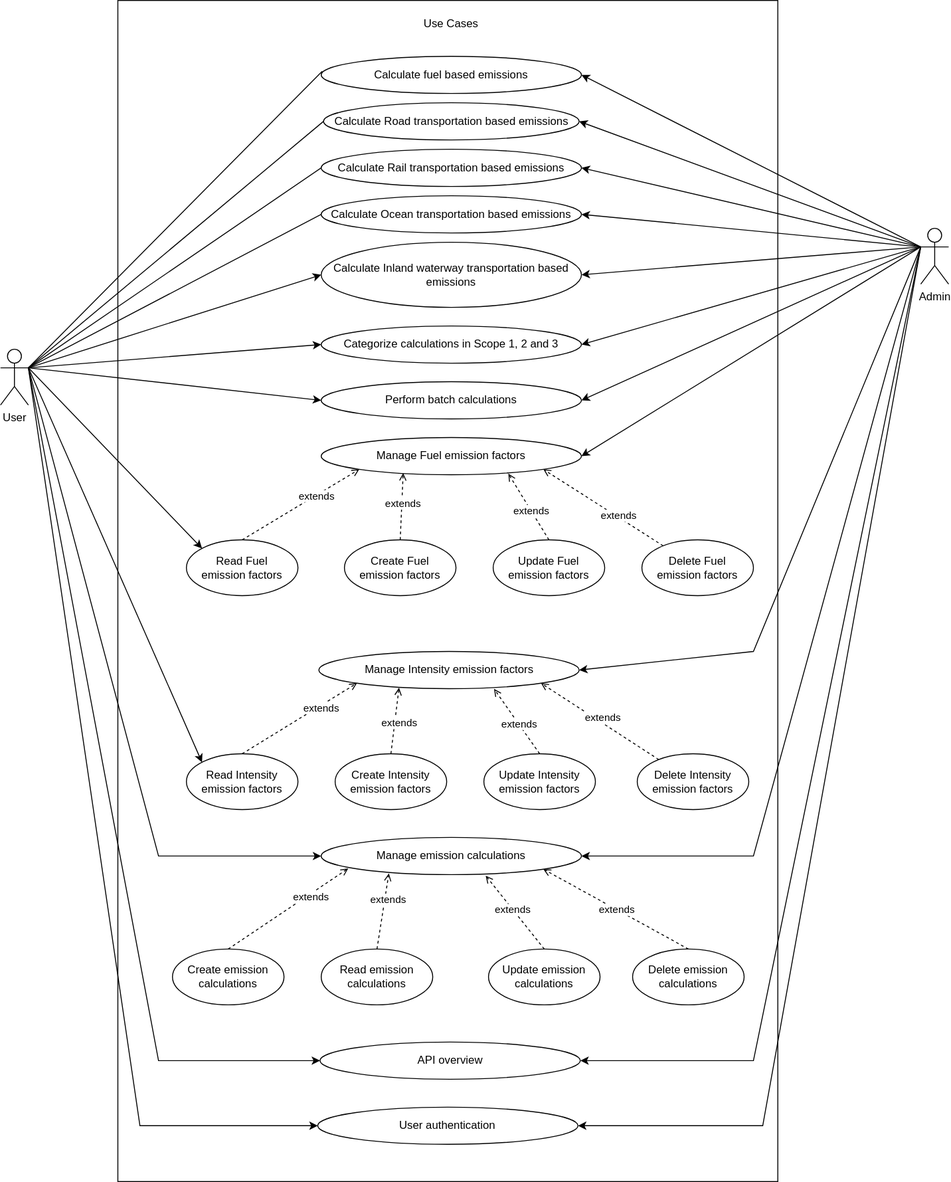
This is documentation/use-case-diagram/UseCaseDiagram.svg from Niklas-Mezynski/fontys-sofa-project-pharox-ghg-emissions-calculation, a draw.io export, as it was before one commit. Source tidied: cells renumbered, new cells last; positions are measured from the earlier drawing's top-left corner, leaving out a move shared by most shapes.
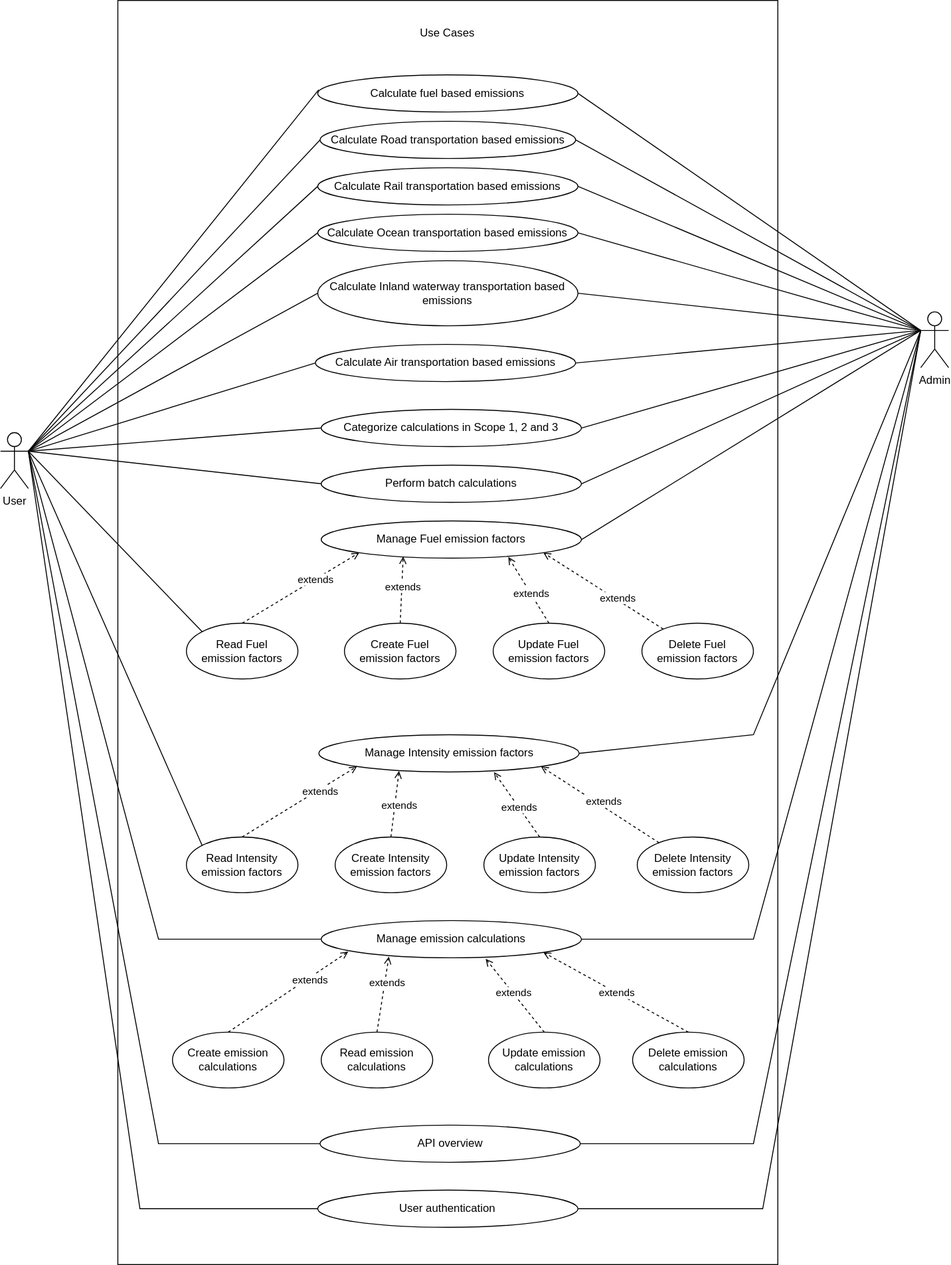
Above is the later version.

Commit message:
Fix errors in diagrams

Diff of the diagram source:
```diff
@@ -3,111 +3,117 @@
     <mxCell id="0" />
     <mxCell id="1" parent="0" />
     <mxCell id="2" style="rounded=0;whiteSpace=wrap;html=1;" parent="1" vertex="1">
-      <mxGeometry x="126.2" width="710" height="1270" as="geometry" />
+      <mxGeometry x="126.2" y="-90" width="710" height="1360" as="geometry" />
     </mxCell>
-    <mxCell id="3" style="rounded=0;jettySize=auto;html=1;exitX=1;exitY=0.3333333333333333;exitDx=0;exitDy=0;exitPerimeter=0;entryX=0;entryY=0.5;entryDx=0;entryDy=0;" parent="1" edge="1" source="11" target="34">
+    <mxCell id="3" style="rounded=0;jettySize=auto;html=1;exitX=1;exitY=0.3333333333333333;exitDx=0;exitDy=0;exitPerimeter=0;entryX=0;entryY=0.5;entryDx=0;entryDy=0;endArrow=none;endFill=0;" parent="1" edge="1" source="11" target="34">
       <mxGeometry relative="1" as="geometry" />
     </mxCell>
-    <mxCell id="4" style="rounded=0;jettySize=auto;html=1;exitX=1;exitY=0.3333333333333333;exitDx=0;exitDy=0;exitPerimeter=0;entryX=0;entryY=0.5;entryDx=0;entryDy=0;" parent="1" edge="1" source="11" target="36">
+    <mxCell id="4" style="rounded=0;jettySize=auto;html=1;exitX=1;exitY=0.3333333333333333;exitDx=0;exitDy=0;exitPerimeter=0;entryX=0;entryY=0.5;entryDx=0;entryDy=0;endArrow=none;endFill=0;" parent="1" edge="1" source="11" target="36">
       <mxGeometry relative="1" as="geometry" />
     </mxCell>
-    <mxCell id="5" style="rounded=0;jettySize=auto;html=1;exitX=1;exitY=0.3333333333333333;exitDx=0;exitDy=0;exitPerimeter=0;entryX=0;entryY=0;entryDx=0;entryDy=0;" parent="1" edge="1" source="11" target="44">
+    <mxCell id="5" style="rounded=0;jettySize=auto;html=1;exitX=1;exitY=0.3333333333333333;exitDx=0;exitDy=0;exitPerimeter=0;entryX=0;entryY=0;entryDx=0;entryDy=0;endArrow=none;endFill=0;" parent="1" edge="1" source="11" target="44">
       <mxGeometry relative="1" as="geometry" />
     </mxCell>
-    <mxCell id="6" style="rounded=0;jettySize=auto;html=1;exitX=1;exitY=0.3333333333333333;exitDx=0;exitDy=0;exitPerimeter=0;entryX=0;entryY=0;entryDx=0;entryDy=0;" parent="1" edge="1" source="11" target="50">
+    <mxCell id="6" style="rounded=0;jettySize=auto;html=1;exitX=1;exitY=0.3333333333333333;exitDx=0;exitDy=0;exitPerimeter=0;entryX=0;entryY=0;entryDx=0;entryDy=0;endArrow=none;endFill=0;" parent="1" edge="1" source="11" target="50">
       <mxGeometry relative="1" as="geometry" />
     </mxCell>
-    <mxCell id="7" style="rounded=0;jettySize=auto;html=1;exitX=1;exitY=0.3333333333333333;exitDx=0;exitDy=0;exitPerimeter=0;entryX=0;entryY=0.5;entryDx=0;entryDy=0;" parent="1" edge="1" source="11" target="39">
+    <mxCell id="7" style="rounded=0;jettySize=auto;html=1;exitX=1;exitY=0.3333333333333333;exitDx=0;exitDy=0;exitPerimeter=0;entryX=0;entryY=0.5;entryDx=0;entryDy=0;endArrow=none;endFill=0;" parent="1" edge="1" source="11" target="39">
       <mxGeometry relative="1" as="geometry">
         <Array as="points">
           <mxPoint x="170" y="920" />
         </Array>
       </mxGeometry>
     </mxCell>
-    <mxCell id="8" style="rounded=0;jettySize=auto;html=1;exitX=1;exitY=0.3333333333333333;exitDx=0;exitDy=0;exitPerimeter=0;entryX=0;entryY=0.5;entryDx=0;entryDy=0;" parent="1" edge="1" source="11" target="33">
+    <mxCell id="8" style="rounded=0;jettySize=auto;html=1;exitX=1;exitY=0.3333333333333333;exitDx=0;exitDy=0;exitPerimeter=0;entryX=0;entryY=0.5;entryDx=0;entryDy=0;endArrow=none;endFill=0;" parent="1" edge="1" source="11" target="33">
       <mxGeometry relative="1" as="geometry" />
     </mxCell>
-    <mxCell id="9" style="rounded=0;jettySize=auto;html=1;exitX=1;exitY=0.3333333333333333;exitDx=0;exitDy=0;exitPerimeter=0;entryX=0;entryY=0.5;entryDx=0;entryDy=0;" parent="1" edge="1" source="11" target="35">
+    <mxCell id="9" style="rounded=0;jettySize=auto;html=1;exitX=1;exitY=0.3333333333333333;exitDx=0;exitDy=0;exitPerimeter=0;entryX=0;entryY=0.5;entryDx=0;entryDy=0;endArrow=none;endFill=0;" parent="1" edge="1" source="11" target="35">
       <mxGeometry relative="1" as="geometry">
         <Array as="points">
           <mxPoint x="170" y="1140" />
         </Array>
       </mxGeometry>
     </mxCell>
-    <mxCell id="10" style="rounded=0;jettySize=auto;html=1;exitX=1;exitY=0.3333333333333333;exitDx=0;exitDy=0;exitPerimeter=0;entryX=0;entryY=0.5;entryDx=0;entryDy=0;" parent="1" edge="1" source="11" target="40">
+    <mxCell id="10" style="rounded=0;jettySize=auto;html=1;exitX=1;exitY=0.3333333333333333;exitDx=0;exitDy=0;exitPerimeter=0;entryX=0;entryY=0.5;entryDx=0;entryDy=0;endArrow=none;endFill=0;" parent="1" edge="1" source="11" target="40">
       <mxGeometry relative="1" as="geometry">
         <Array as="points">
           <mxPoint x="150" y="1210" />
         </Array>
       </mxGeometry>
     </mxCell>
+    <mxCell id="82" style="rounded=0;jettySize=auto;html=1;exitX=1;exitY=0.3333333333333333;exitDx=0;exitDy=0;exitPerimeter=0;entryX=0;entryY=0.5;entryDx=0;entryDy=0;endArrow=none;endFill=0;" parent="1" edge="1" source="11" target="84">
+      <mxGeometry relative="1" as="geometry" />
+    </mxCell>
     <mxCell id="11" value="User" style="shape=umlActor;verticalLabelPosition=bottom;verticalAlign=top;html=1;outlineConnect=0;" parent="1" vertex="1">
       <mxGeometry y="375" width="30" height="60" as="geometry" />
     </mxCell>
     <mxCell id="12" value="Calculate fuel based emissions" style="ellipse;whiteSpace=wrap;html=1;" parent="1" vertex="1">
-      <mxGeometry x="345" y="60" width="280" height="40" as="geometry" />
+      <mxGeometry x="341.2" y="-10" width="280" height="40" as="geometry" />
     </mxCell>
     <mxCell id="13" value="Calculate Road transportation based emissions" style="ellipse;whiteSpace=wrap;html=1;" parent="1" vertex="1">
-      <mxGeometry x="347.5" y="110" width="275" height="40" as="geometry" />
+      <mxGeometry x="343.8" y="40" width="275" height="40" as="geometry" />
     </mxCell>
     <mxCell id="14" value="Calculate Rail transportation based emissions" style="ellipse;whiteSpace=wrap;html=1;" parent="1" vertex="1">
-      <mxGeometry x="345" y="160" width="280" height="40" as="geometry" />
+      <mxGeometry x="341.2" y="90" width="280" height="40" as="geometry" />
     </mxCell>
     <mxCell id="15" value="Use Cases" style="text;html=1;strokeColor=none;fillColor=none;align=center;verticalAlign=middle;whiteSpace=wrap;rounded=0;" parent="1" vertex="1">
-      <mxGeometry x="440" y="10" width="90" height="30" as="geometry" />
+      <mxGeometry x="436.2" y="-70" width="90" height="30" as="geometry" />
     </mxCell>
-    <mxCell id="16" style="rounded=0;jettySize=auto;html=1;exitX=0;exitY=0.3333333333333333;exitDx=0;exitDy=0;exitPerimeter=0;entryX=1;entryY=0.5;entryDx=0;entryDy=0;" parent="1" edge="1" source="28" target="12">
+    <mxCell id="16" style="rounded=0;jettySize=auto;html=1;exitX=0;exitY=0.3333333333333333;exitDx=0;exitDy=0;exitPerimeter=0;entryX=1;entryY=0.5;entryDx=0;entryDy=0;endArrow=none;endFill=0;" parent="1" edge="1" source="28" target="12">
       <mxGeometry relative="1" as="geometry" />
     </mxCell>
-    <mxCell id="17" style="rounded=0;jettySize=auto;html=1;exitX=0;exitY=0.3333333333333333;exitDx=0;exitDy=0;exitPerimeter=0;entryX=1;entryY=0.5;entryDx=0;entryDy=0;" parent="1" edge="1" source="28" target="13">
+    <mxCell id="17" style="rounded=0;jettySize=auto;html=1;exitX=0;exitY=0.3333333333333333;exitDx=0;exitDy=0;exitPerimeter=0;entryX=1;entryY=0.5;entryDx=0;entryDy=0;endArrow=none;endFill=0;" parent="1" edge="1" source="28" target="13">
       <mxGeometry relative="1" as="geometry" />
     </mxCell>
-    <mxCell id="18" style="rounded=0;jettySize=auto;html=1;exitX=0;exitY=0.3333333333333333;exitDx=0;exitDy=0;exitPerimeter=0;entryX=1;entryY=0.5;entryDx=0;entryDy=0;" parent="1" edge="1" source="28" target="14">
+    <mxCell id="18" style="rounded=0;jettySize=auto;html=1;exitX=0;exitY=0.3333333333333333;exitDx=0;exitDy=0;exitPerimeter=0;entryX=1;entryY=0.5;entryDx=0;entryDy=0;endArrow=none;endFill=0;" parent="1" edge="1" source="28" target="14">
       <mxGeometry relative="1" as="geometry" />
     </mxCell>
-    <mxCell id="19" style="rounded=0;jettySize=auto;html=1;exitX=0;exitY=0.3333333333333333;exitDx=0;exitDy=0;exitPerimeter=0;entryX=1;entryY=0.5;entryDx=0;entryDy=0;" parent="1" edge="1" source="28" target="32">
+    <mxCell id="19" style="rounded=0;jettySize=auto;html=1;exitX=0;exitY=0.3333333333333333;exitDx=0;exitDy=0;exitPerimeter=0;entryX=1;entryY=0.5;entryDx=0;entryDy=0;endArrow=none;endFill=0;" parent="1" edge="1" source="28" target="32">
       <mxGeometry relative="1" as="geometry" />
     </mxCell>
-    <mxCell id="20" style="rounded=0;jettySize=auto;html=1;exitX=0;exitY=0.3333333333333333;exitDx=0;exitDy=0;exitPerimeter=0;entryX=1;entryY=0.5;entryDx=0;entryDy=0;" parent="1" edge="1" source="28" target="33">
+    <mxCell id="20" style="rounded=0;jettySize=auto;html=1;exitX=0;exitY=0.3333333333333333;exitDx=0;exitDy=0;exitPerimeter=0;entryX=1;entryY=0.5;entryDx=0;entryDy=0;endArrow=none;endFill=0;" parent="1" edge="1" source="28" target="33">
       <mxGeometry relative="1" as="geometry" />
     </mxCell>
-    <mxCell id="21" style="rounded=0;jettySize=auto;html=1;exitX=0;exitY=0.3333333333333333;exitDx=0;exitDy=0;exitPerimeter=0;entryX=1;entryY=0.5;entryDx=0;entryDy=0;" parent="1" edge="1" source="28" target="34">
+    <mxCell id="21" style="rounded=0;jettySize=auto;html=1;exitX=0;exitY=0.3333333333333333;exitDx=0;exitDy=0;exitPerimeter=0;entryX=1;entryY=0.5;entryDx=0;entryDy=0;endArrow=none;endFill=0;" parent="1" edge="1" source="28" target="34">
       <mxGeometry relative="1" as="geometry" />
     </mxCell>
-    <mxCell id="22" style="rounded=0;jettySize=auto;html=1;exitX=0;exitY=0.3333333333333333;exitDx=0;exitDy=0;exitPerimeter=0;entryX=1;entryY=0.5;entryDx=0;entryDy=0;" parent="1" edge="1" source="28" target="36">
+    <mxCell id="22" style="rounded=0;jettySize=auto;html=1;exitX=0;exitY=0.3333333333333333;exitDx=0;exitDy=0;exitPerimeter=0;entryX=1;entryY=0.5;entryDx=0;entryDy=0;endArrow=none;endFill=0;" parent="1" edge="1" source="28" target="36">
       <mxGeometry relative="1" as="geometry" />
     </mxCell>
-    <mxCell id="23" style="rounded=0;jettySize=auto;html=1;exitX=0;exitY=0.3333333333333333;exitDx=0;exitDy=0;exitPerimeter=0;entryX=1;entryY=0.5;entryDx=0;entryDy=0;" parent="1" edge="1" source="28" target="37">
+    <mxCell id="23" style="rounded=0;jettySize=auto;html=1;exitX=0;exitY=0.3333333333333333;exitDx=0;exitDy=0;exitPerimeter=0;entryX=1;entryY=0.5;entryDx=0;entryDy=0;endArrow=none;endFill=0;" parent="1" edge="1" source="28" target="37">
       <mxGeometry relative="1" as="geometry" />
     </mxCell>
-    <mxCell id="24" style="rounded=0;jettySize=auto;html=1;exitX=0;exitY=0.3333333333333333;exitDx=0;exitDy=0;exitPerimeter=0;entryX=1;entryY=0.5;entryDx=0;entryDy=0;" parent="1" edge="1" source="28" target="38">
+    <mxCell id="24" style="rounded=0;jettySize=auto;html=1;exitX=0;exitY=0.3333333333333333;exitDx=0;exitDy=0;exitPerimeter=0;entryX=1;entryY=0.5;entryDx=0;entryDy=0;endArrow=none;endFill=0;" parent="1" edge="1" source="28" target="38">
       <mxGeometry relative="1" as="geometry">
         <Array as="points">
           <mxPoint x="810" y="700" />
         </Array>
       </mxGeometry>
     </mxCell>
-    <mxCell id="25" style="rounded=0;jettySize=auto;html=1;exitX=0;exitY=0.3333333333333333;exitDx=0;exitDy=0;exitPerimeter=0;entryX=1;entryY=0.5;entryDx=0;entryDy=0;" parent="1" edge="1" source="28" target="39">
+    <mxCell id="25" style="rounded=0;jettySize=auto;html=1;exitX=0;exitY=0.3333333333333333;exitDx=0;exitDy=0;exitPerimeter=0;entryX=1;entryY=0.5;entryDx=0;entryDy=0;endArrow=none;endFill=0;" parent="1" edge="1" source="28" target="39">
       <mxGeometry relative="1" as="geometry">
         <Array as="points">
           <mxPoint x="810" y="920" />
         </Array>
       </mxGeometry>
     </mxCell>
-    <mxCell id="26" style="rounded=0;jettySize=auto;html=1;exitX=0;exitY=0.3333333333333333;exitDx=0;exitDy=0;exitPerimeter=0;entryX=1;entryY=0.5;entryDx=0;entryDy=0;" parent="1" edge="1" source="28" target="35">
+    <mxCell id="26" style="rounded=0;jettySize=auto;html=1;exitX=0;exitY=0.3333333333333333;exitDx=0;exitDy=0;exitPerimeter=0;entryX=1;entryY=0.5;entryDx=0;entryDy=0;endArrow=none;endFill=0;" parent="1" edge="1" source="28" target="35">
       <mxGeometry relative="1" as="geometry">
         <Array as="points">
           <mxPoint x="810" y="1140" />
         </Array>
       </mxGeometry>
     </mxCell>
-    <mxCell id="27" style="rounded=0;jettySize=auto;html=1;exitX=0;exitY=0.3333333333333333;exitDx=0;exitDy=0;exitPerimeter=0;entryX=1;entryY=0.5;entryDx=0;entryDy=0;" parent="1" edge="1" source="28" target="40">
+    <mxCell id="27" style="rounded=0;jettySize=auto;html=1;exitX=0;exitY=0.3333333333333333;exitDx=0;exitDy=0;exitPerimeter=0;entryX=1;entryY=0.5;entryDx=0;entryDy=0;endArrow=none;endFill=0;" parent="1" edge="1" source="28" target="40">
       <mxGeometry relative="1" as="geometry">
         <Array as="points">
           <mxPoint x="820" y="1210" />
         </Array>
       </mxGeometry>
     </mxCell>
+    <mxCell id="83" style="rounded=0;jettySize=auto;html=1;exitX=0;exitY=0.3333333333333333;exitDx=0;exitDy=0;exitPerimeter=0;entryX=1;entryY=0.5;entryDx=0;entryDy=0;endArrow=none;endFill=0;" parent="1" edge="1" source="28" target="84">
+      <mxGeometry relative="1" as="geometry" />
+    </mxCell>
     <mxCell id="28" value="Admin" style="shape=umlActor;verticalLabelPosition=bottom;verticalAlign=top;html=1;outlineConnect=0;" parent="1" vertex="1">
       <mxGeometry x="990" y="245" width="30" height="60" as="geometry" />
     </mxCell>
@@ -121,10 +127,10 @@
       <mxGeometry relative="1" as="geometry" />
     </mxCell>
     <mxCell id="32" value="Calculate Ocean transportation based emissions" style="ellipse;whiteSpace=wrap;html=1;" parent="1" vertex="1">
-      <mxGeometry x="345" y="210" width="280" height="40" as="geometry" />
+      <mxGeometry x="341.2" y="140" width="280" height="40" as="geometry" />
     </mxCell>
     <mxCell id="33" value="Calculate Inland waterway transportation based emissions" style="ellipse;whiteSpace=wrap;html=1;" parent="1" vertex="1">
-      <mxGeometry x="345" y="260" width="280" height="70" as="geometry" />
+      <mxGeometry x="341.2" y="190" width="280" height="70" as="geometry" />
     </mxCell>
     <mxCell id="34" value="Categorize calculations in Scope 1, 2 and 3" style="ellipse;whiteSpace=wrap;html=1;" parent="1" vertex="1">
       <mxGeometry x="345" y="350" width="280" height="40" as="geometry" />
@@ -278,5 +284,8 @@
     <mxCell id="81" value="extends" style="edgeLabel;html=1;align=center;verticalAlign=middle;" parent="80" vertex="1">
       <mxGeometry relative="1" as="geometry" />
     </mxCell>
+    <mxCell id="84" value="Calculate Air transportation based emissions" style="ellipse;whiteSpace=wrap;html=1;" parent="1" vertex="1">
+      <mxGeometry x="338.8" y="280" width="280" height="40" as="geometry" />
+    </mxCell>
   </root>
 </mxGraphModel>
```
